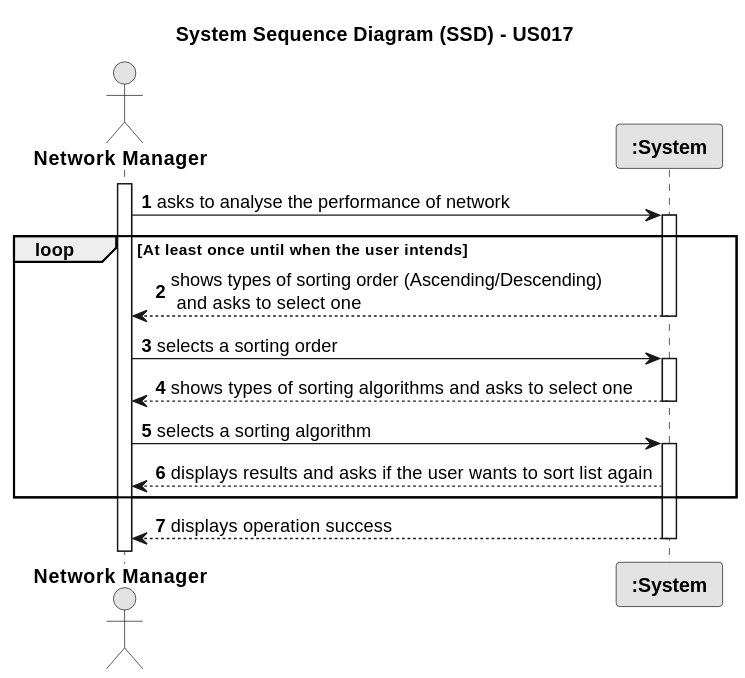
rita-barbosa/LAPR2-2223 keeps this PlantUML diagram as docs/sprintD/us017/01.requirements-engineering/svg/us017-system-sequence-diagram.svg. Above is the earlier version. Its diagram source:
```plantuml
@startuml
skinparam monochrome true
skinparam packageStyle rectangle
skinparam shadowing false

title System Sequence Diagram (SSD) - US017

autonumber

actor "<b> Network Manager </b>" as NWM
participant "<b> :System </b>" as System

activate NWM

    NWM -> System : asks to analyse the performance of network
        activate System

    loop At least once until when the user intends

    System --> NWM : shows types of sorting order (Ascending/Descending)\n and asks to select one
        deactivate System

    NWM -> System : selects a sorting order
        activate System

    System --> NWM : shows types of sorting algorithms and asks to select one
        deactivate System

    NWM -> System : selects a sorting algorithm
    activate System

    System --> NWM : displays results and asks if the user wants to sort list again
    end loop

    System --> NWM : displays operation success
    deactivate System
@enduml
```
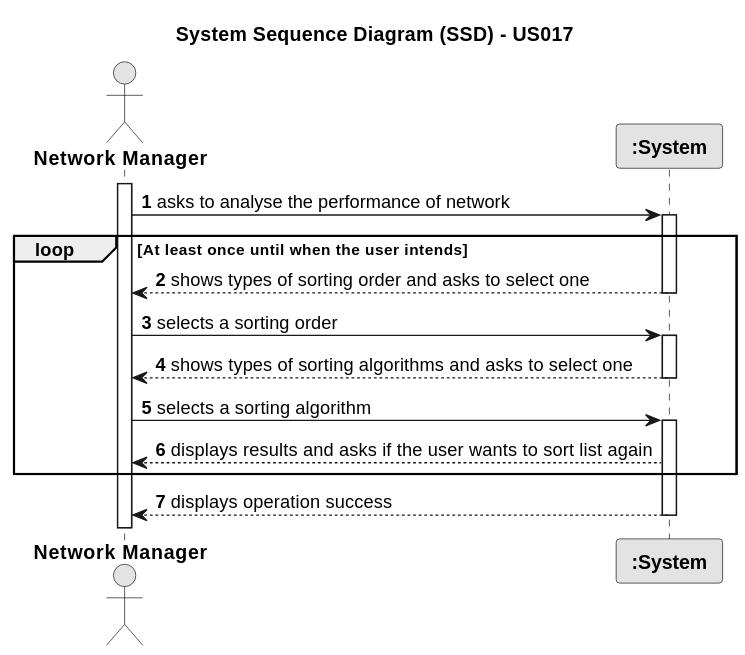
Later version of the same file.

What changed in the source:
```diff
@@ -17,7 +17,7 @@
 
     loop At least once until when the user intends
 
-    System --> NWM : shows types of sorting order (Ascending/Descending)\n and asks to select one
+    System --> NWM : shows types of sorting order and asks to select one
         deactivate System
 
     NWM -> System : selects a sorting order
```
